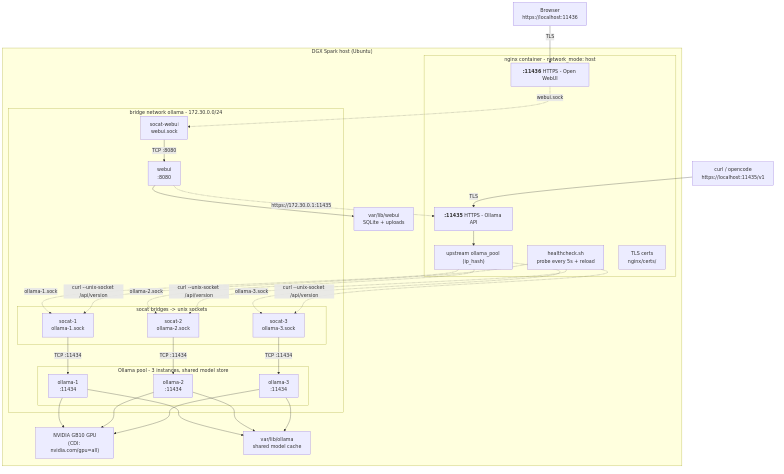
Earlier version of the Mermaid export docs/diagrams/architecture.png (SpotDraft/ollama-serve). Its source is kept beside it as docs/diagrams/architecture.mmd. The source it was exported from:
```mermaid
flowchart TD
    CLI1["curl / opencode<br/>https://localhost:11435/v1"]
    CLI2["Browser<br/>https://localhost:11436"]

    subgraph HOST["DGX Spark host (Ubuntu)"]
        subgraph NGX["nginx container - network_mode: host"]
            LS11435["<b>:11435</b> HTTPS - Ollama API"]
            LS11436["<b>:11436</b> HTTPS - Open WebUI"]
            UP["upstream ollama_pool (ip_hash)"]
            HK["healthcheck.sh<br/>probe every 5s + reload"]
            CERTS["TLS certs<br/>nginx/certs/"]
        end

        subgraph NET["bridge network ollama - 172.30.0.0/24"]
            subgraph POOL["Ollama pool - 3 instances, shared model store"]
                O1["ollama-1<br/>:11434"]
                O2["ollama-2<br/>:11434"]
                O3["ollama-3<br/>:11434"]
            end
            subgraph SOC["socat bridges -> unix sockets"]
                S1["socat-1<br/>ollama-1.sock"]
                S2["socat-2<br/>ollama-2.sock"]
                S3["socat-3<br/>ollama-3.sock"]
            end
            W["webui<br/>:8080"]
            SW["socat-webui<br/>webui.sock"]
        end

        GPU["NVIDIA GB10 GPU<br/>(CDI: nvidia.com/gpu=all)"]
        MODELS["var/lib/ollama<br/>shared model cache"]
        DATA["var/lib/webui<br/>SQLite + uploads"]
    end

    CLI1 -->|TLS| LS11435
    CLI2 -->|TLS| LS11436
    LS11435 --> UP
    UP -.->|ollama-1.sock| S1
    UP -.->|ollama-2.sock| S2
    UP -.->|ollama-3.sock| S3
    LS11436 -.->|webui.sock| SW
    S1 -->|TCP :11434| O1
    S2 -->|TCP :11434| O2
    S3 -->|TCP :11434| O3
    SW -->|TCP :8080| W
    W -.->|https://172.30.0.1:11435| LS11435
    HK -.->|curl --unix-socket /api/version| S1
    HK -.->|curl --unix-socket /api/version| S2
    HK -.->|curl --unix-socket /api/version| S3
    O1 & O2 & O3 --> GPU
    O1 & O2 & O3 --> MODELS
    W --> DATA
```
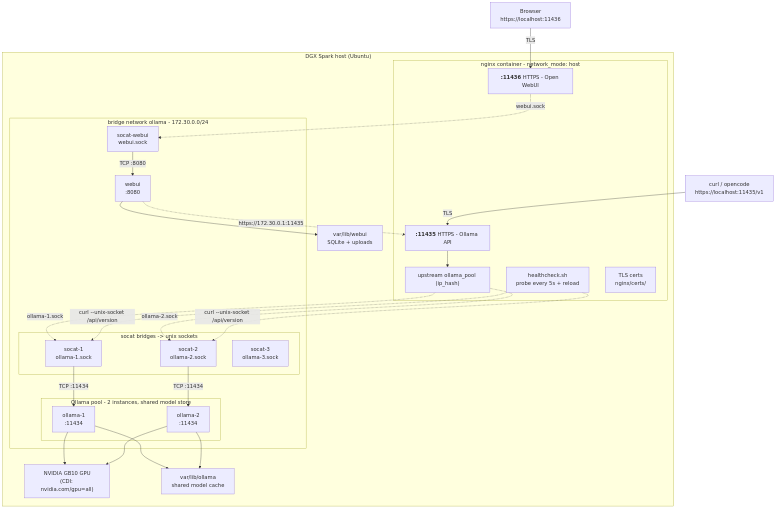
The same diagram one commit later.

Commit message:
Adjust context size, enable concurrency per ollama instance and update supporting documents

Change to the diagram source:
```diff
@@ -12,10 +12,9 @@
         end
 
         subgraph NET["bridge network ollama - 172.30.0.0/24"]
-            subgraph POOL["Ollama pool - 3 instances, shared model store"]
+            subgraph POOL["Ollama pool - 2 instances, shared model store"]
                 O1["ollama-1<br/>:11434"]
                 O2["ollama-2<br/>:11434"]
-                O3["ollama-3<br/>:11434"]
             end
             subgraph SOC["socat bridges -> unix sockets"]
                 S1["socat-1<br/>ollama-1.sock"]
@@ -36,16 +35,13 @@
     LS11435 --> UP
     UP -.->|ollama-1.sock| S1
     UP -.->|ollama-2.sock| S2
-    UP -.->|ollama-3.sock| S3
     LS11436 -.->|webui.sock| SW
     S1 -->|TCP :11434| O1
     S2 -->|TCP :11434| O2
-    S3 -->|TCP :11434| O3
     SW -->|TCP :8080| W
     W -.->|https://172.30.0.1:11435| LS11435
     HK -.->|curl --unix-socket /api/version| S1
     HK -.->|curl --unix-socket /api/version| S2
-    HK -.->|curl --unix-socket /api/version| S3
-    O1 & O2 & O3 --> GPU
-    O1 & O2 & O3 --> MODELS
+    O1 & O2 --> GPU
+    O1 & O2 --> MODELS
     W --> DATA
```
